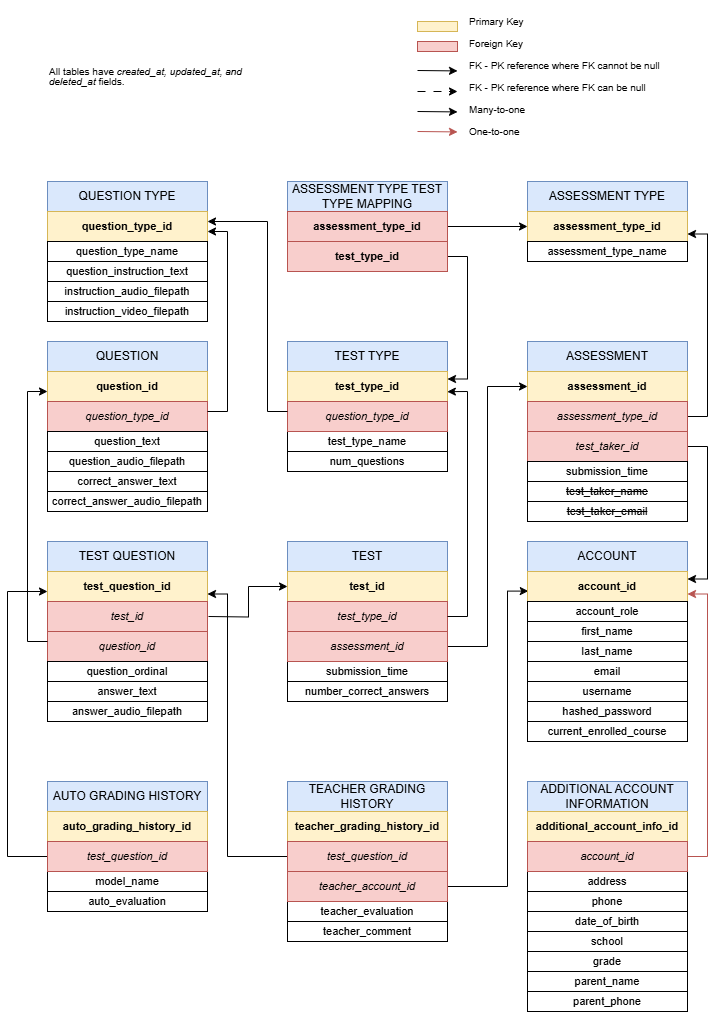
Above: DB tables diagram.png in Halifax-Learning/documentation (draw.io), before the change. Source tidied: cells renumbered, new cells last; positions are measured from the earlier drawing's top-left corner, leaving out a move shared by most shapes.
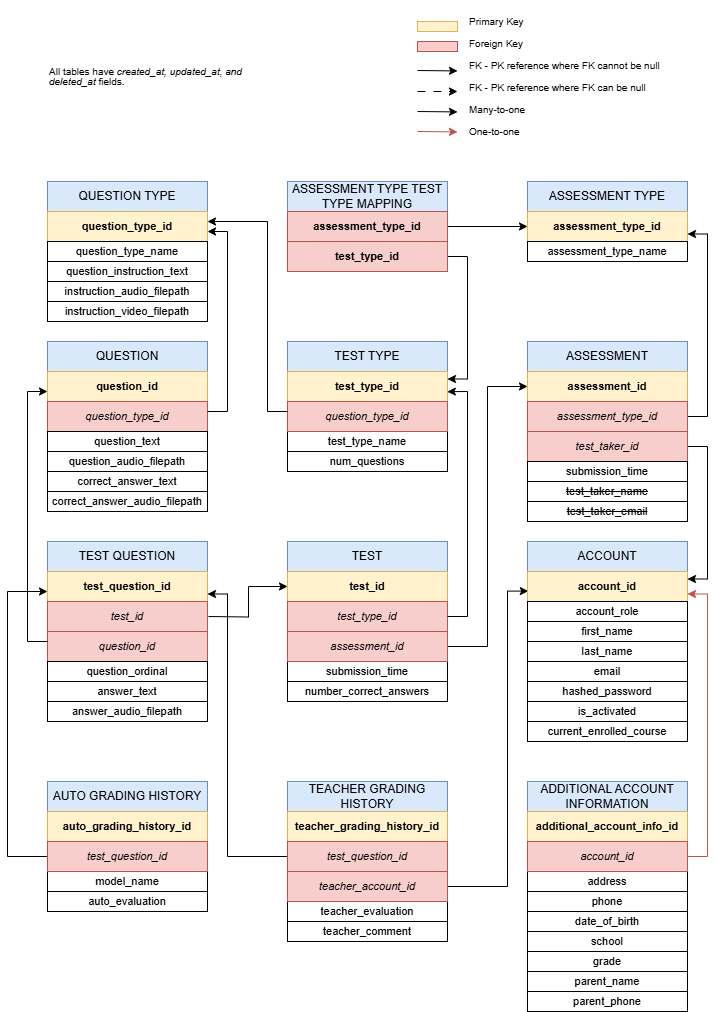
The same file after the commit.

What changed in the source:
```diff
@@ -122,11 +122,11 @@
     <mxCell id="37" value="&lt;font style=&quot;font-size: 11px;&quot;&gt;email&lt;/font&gt;" style="rounded=0;whiteSpace=wrap;html=1;fontSize=11;" parent="1" vertex="1">
       <mxGeometry x="520" y="650" width="160" height="20" as="geometry" />
     </mxCell>
-    <mxCell id="38" value="&lt;span style=&quot;font-size: 11px;&quot;&gt;username&lt;/span&gt;" style="rounded=0;whiteSpace=wrap;html=1;fontSize=11;" parent="1" vertex="1">
-      <mxGeometry x="520" y="670" width="160" height="20" as="geometry" />
+    <mxCell id="38" value="&lt;span style=&quot;font-size: 11px;&quot;&gt;is_activated&lt;/span&gt;" style="rounded=0;whiteSpace=wrap;html=1;fontSize=11;" parent="1" vertex="1">
+      <mxGeometry x="520" y="690" width="160" height="20" as="geometry" />
     </mxCell>
     <mxCell id="39" value="hashed_password" style="rounded=0;whiteSpace=wrap;html=1;fontSize=11;" parent="1" vertex="1">
-      <mxGeometry x="520" y="690" width="160" height="20" as="geometry" />
+      <mxGeometry x="520" y="670" width="160" height="20" as="geometry" />
     </mxCell>
     <mxCell id="40" value="TEST TYPE" style="rounded=0;whiteSpace=wrap;html=1;fillColor=#dae8fc;strokeColor=#6c8ebf;fontSize=12;" parent="1" vertex="1">
       <mxGeometry x="280" y="330" width="160" height="30" as="geometry" />
```
